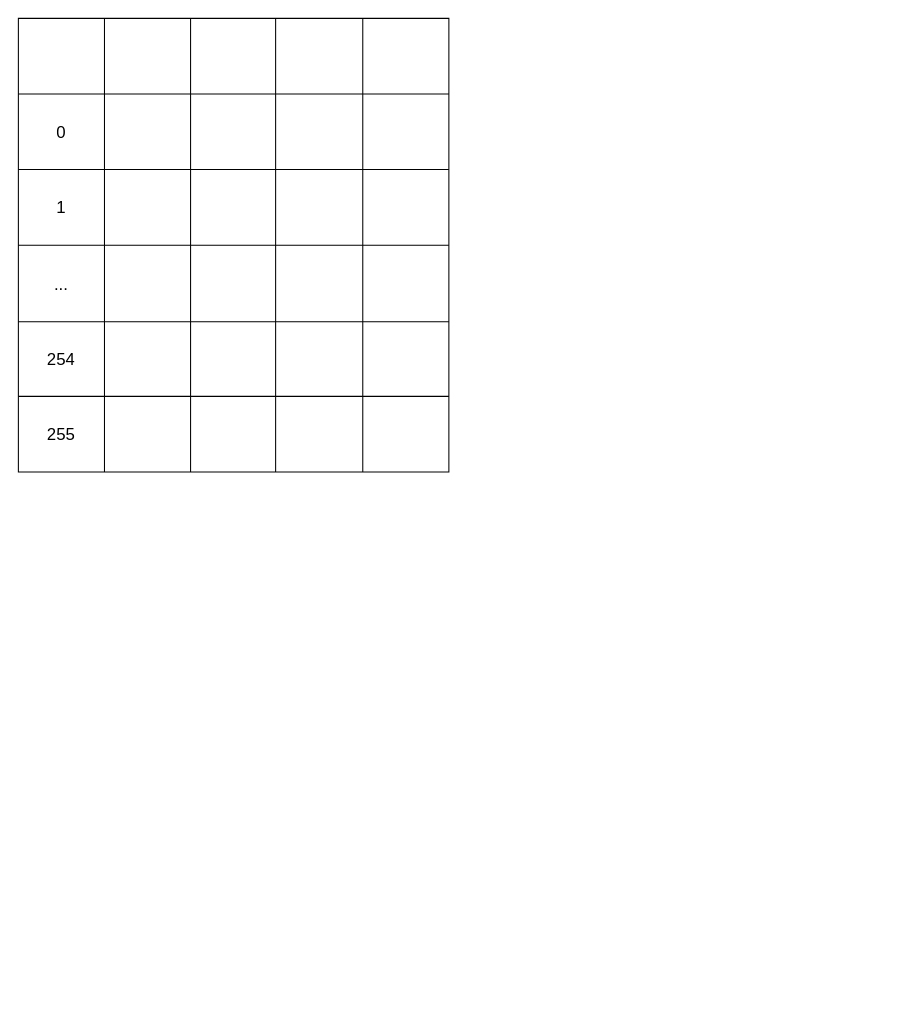
Earlier version of the draw.io diagram 未命名绘图.drawio (yeqiyi/drawIO). Source tidied: cells renumbered, new cells numbered last; positions are measured from the earlier drawing's top-left corner, leaving out a move shared by most shapes. Both pictures are drawn from the tidied source at 105%, with x=0, y=0 at pixel (18, 18).
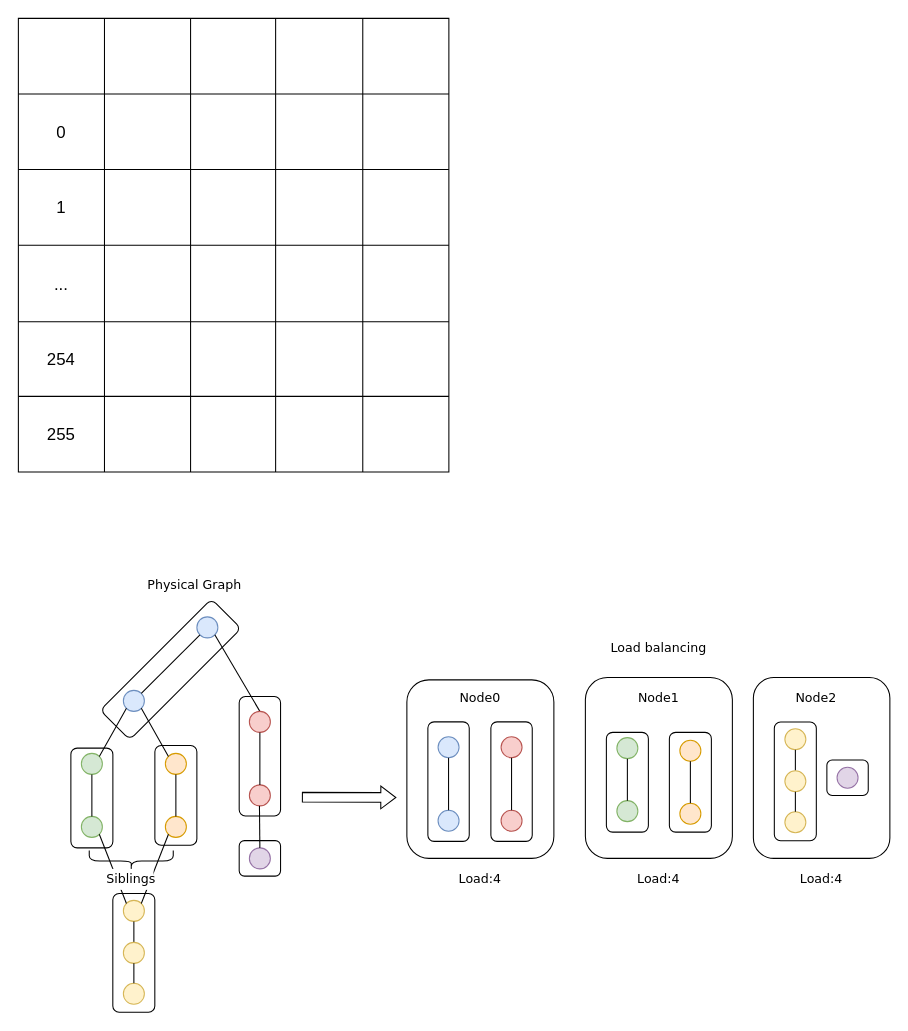
After the change.

Commit message:
更新未命名绘图.drawio

The edit, as a diff of the source:
```diff
@@
+    <mxCell id="39" value="&lt;font face=&quot;Verdana&quot;&gt;Physical Graph&lt;/font&gt;" style="text;html=1;align=center;verticalAlign=middle;whiteSpace=wrap;rounded=0;fillColor=default;" parent="1" vertex="1">
+      <mxGeometry x="97.5" y="530" width="140" height="20" as="geometry" />
+    </mxCell>
+    <mxCell id="40" style="rounded=1;whiteSpace=wrap;html=1;" parent="1" vertex="1">
+      <mxGeometry x="370" y="630" width="140" height="170" as="geometry" />
+    </mxCell>
+    <mxCell id="41" value="&lt;font face=&quot;Verdana&quot;&gt;Node0&lt;/font&gt;" style="text;html=1;align=center;verticalAlign=middle;whiteSpace=wrap;rounded=0;fillColor=default;" parent="1" vertex="1">
+      <mxGeometry x="405" y="637.8" width="70" height="20" as="geometry" />
+    </mxCell>
+    <mxCell id="42" value="&lt;font face=&quot;Verdana&quot;&gt;Load:4&lt;/font&gt;" style="text;html=1;align=center;verticalAlign=middle;whiteSpace=wrap;rounded=0;fillColor=default;" parent="1" vertex="1">
+      <mxGeometry x="405" y="810" width="70" height="20" as="geometry" />
+    </mxCell>
+    <mxCell id="43" style="rounded=1;whiteSpace=wrap;html=1;" parent="1" vertex="1">
+      <mxGeometry x="540" y="627.8" width="140" height="172.2" as="geometry" />
+    </mxCell>
+    <mxCell id="44" value="&lt;font face=&quot;Verdana&quot;&gt;Node1&lt;/font&gt;" style="text;html=1;align=center;verticalAlign=middle;whiteSpace=wrap;rounded=0;fillColor=default;" parent="1" vertex="1">
+      <mxGeometry x="575" y="637.8" width="70" height="20" as="geometry" />
+    </mxCell>
+    <mxCell id="45" value="&lt;font face=&quot;Verdana&quot;&gt;Load:4&lt;/font&gt;" style="text;html=1;align=center;verticalAlign=middle;whiteSpace=wrap;rounded=0;fillColor=default;" parent="1" vertex="1">
+      <mxGeometry x="575" y="810" width="70" height="20" as="geometry" />
+    </mxCell>
+    <mxCell id="46" style="rounded=1;whiteSpace=wrap;html=1;" parent="1" vertex="1">
+      <mxGeometry x="700" y="627.8" width="130" height="172.2" as="geometry" />
+    </mxCell>
+    <mxCell id="47" value="&lt;font face=&quot;Verdana&quot;&gt;Node2&lt;/font&gt;" style="text;html=1;align=center;verticalAlign=middle;whiteSpace=wrap;rounded=0;fillColor=default;" parent="1" vertex="1">
+      <mxGeometry x="725" y="637.8" width="70" height="20" as="geometry" />
+    </mxCell>
+    <mxCell id="48" value="&lt;font face=&quot;Verdana&quot;&gt;Load:4&lt;/font&gt;" style="text;html=1;align=center;verticalAlign=middle;whiteSpace=wrap;rounded=0;fillColor=default;" parent="1" vertex="1">
+      <mxGeometry x="730" y="810" width="70" height="20" as="geometry" />
+    </mxCell>
+    <mxCell id="49" style="group;" parent="1" vertex="1">
+      <mxGeometry x="720" y="670" width="40" height="113.1" as="geometry" />
+    </mxCell>
+    <mxCell id="50" style="rounded=1;whiteSpace=wrap;html=1;fillColor=none;rotation=90;" parent="49" vertex="1">
+      <mxGeometry x="-36.6" y="36.6" width="113.1" height="40" as="geometry" />
+    </mxCell>
+    <mxCell id="51" style="ellipse;whiteSpace=wrap;html=1;fillColor=#fff2cc;strokeColor=#d6b656;" parent="49" vertex="1">
+      <mxGeometry x="10" y="6.6" width="20" height="20" as="geometry" />
+    </mxCell>
+    <mxCell id="52" style="endArrow=none;html=1;rounded=0;entryX=0.5;entryY=1;entryDx=0;entryDy=0;" parent="49" edge="1" source="55" target="51">
+      <mxGeometry relative="1" as="geometry" />
+    </mxCell>
+    <mxCell id="53" style="ellipse;whiteSpace=wrap;html=1;fillColor=#fff2cc;strokeColor=#d6b656;" parent="49" vertex="1">
+      <mxGeometry x="10" y="85.6" width="20" height="20" as="geometry" />
+    </mxCell>
+    <mxCell id="54" style="endArrow=none;html=1;rounded=0;entryX=0.5;entryY=1;entryDx=0;entryDy=0;" parent="49" edge="1" target="55">
+      <mxGeometry relative="1" as="geometry">
+        <mxPoint x="20" y="56.6" as="sourcePoint" />
+      </mxGeometry>
+    </mxCell>
+    <mxCell id="55" style="ellipse;whiteSpace=wrap;html=1;fillColor=#fff2cc;strokeColor=#d6b656;" parent="49" vertex="1">
+      <mxGeometry x="10" y="46.6" width="20" height="20" as="geometry" />
+    </mxCell>
+    <mxCell id="56" style="endArrow=none;html=1;rounded=0;entryX=0.5;entryY=1;entryDx=0;entryDy=0;exitX=0.5;exitY=0;exitDx=0;exitDy=0;" parent="49" edge="1" source="53" target="55">
+      <mxGeometry relative="1" as="geometry" />
+    </mxCell>
+    <mxCell id="57" style="group;" parent="1" vertex="1">
+      <mxGeometry x="770" y="706.3" width="39.4" height="33.8" as="geometry" />
+    </mxCell>
+    <mxCell id="58" style="rounded=1;whiteSpace=wrap;html=1;fillColor=none;rotation=90;" parent="57" vertex="1">
+      <mxGeometry x="2.8" y="-2.8" width="33.8" height="39.4" as="geometry" />
+    </mxCell>
+    <mxCell id="59" style="ellipse;whiteSpace=wrap;html=1;fillColor=#e1d5e7;strokeColor=#9673a6;" parent="57" vertex="1">
+      <mxGeometry x="9.7" y="6.9" width="20" height="20" as="geometry" />
+    </mxCell>
+    <mxCell id="60" style="group;" parent="1" vertex="1">
+      <mxGeometry x="560" y="680" width="40" height="95" as="geometry" />
+    </mxCell>
+    <mxCell id="61" style="rounded=1;whiteSpace=wrap;html=1;fillColor=none;rotation=90;" parent="60" vertex="1">
+      <mxGeometry x="-27.5" y="27.5" width="95" height="40" as="geometry" />
+    </mxCell>
+    <mxCell id="62" style="ellipse;whiteSpace=wrap;html=1;fillColor=#d5e8d4;strokeColor=#82b366;" parent="60" vertex="1">
+      <mxGeometry x="10" y="5" width="20" height="20" as="geometry" />
+    </mxCell>
+    <mxCell id="63" style="ellipse;whiteSpace=wrap;html=1;fillColor=#d5e8d4;strokeColor=#82b366;" parent="60" vertex="1">
+      <mxGeometry x="10" y="65" width="20" height="20" as="geometry" />
+    </mxCell>
+    <mxCell id="64" style="endArrow=none;html=1;rounded=0;exitX=0.5;exitY=0;exitDx=0;exitDy=0;entryX=0.5;entryY=1;entryDx=0;entryDy=0;" parent="60" edge="1" source="63" target="62">
+      <mxGeometry relative="1" as="geometry" />
+    </mxCell>
+    <mxCell id="65" style="group;" parent="1" vertex="1">
+      <mxGeometry x="620" y="680" width="40" height="95" as="geometry" />
+    </mxCell>
+    <mxCell id="66" style="rounded=1;whiteSpace=wrap;html=1;fillColor=none;rotation=90;" parent="65" vertex="1">
+      <mxGeometry x="-27.5" y="27.5" width="95" height="40" as="geometry" />
+    </mxCell>
+    <mxCell id="67" style="ellipse;whiteSpace=wrap;html=1;fillColor=#ffe6cc;strokeColor=#d79b00;" parent="65" vertex="1">
+      <mxGeometry x="10" y="7.5" width="20" height="20" as="geometry" />
+    </mxCell>
+    <mxCell id="68" style="ellipse;whiteSpace=wrap;html=1;fillColor=#ffe6cc;strokeColor=#d79b00;" parent="65" vertex="1">
+      <mxGeometry x="10" y="67.5" width="20" height="20" as="geometry" />
+    </mxCell>
+    <mxCell id="69" style="endArrow=none;html=1;rounded=0;exitX=0.5;exitY=0;exitDx=0;exitDy=0;entryX=0.5;entryY=1;entryDx=0;entryDy=0;" parent="65" edge="1" source="68" target="67">
+      <mxGeometry relative="1" as="geometry" />
+    </mxCell>
+    <mxCell id="70" style="group;" parent="1" vertex="1">
+      <mxGeometry x="450" y="670" width="39.4" height="113.8" as="geometry" />
+    </mxCell>
+    <mxCell id="71" style="ellipse;whiteSpace=wrap;html=1;fillColor=#f8cecc;strokeColor=#b85450;" parent="70" vertex="1">
+      <mxGeometry x="9.7" y="14.1" width="20" height="20" as="geometry" />
+    </mxCell>
+    <mxCell id="72" style="ellipse;whiteSpace=wrap;html=1;fillColor=#f8cecc;strokeColor=#b85450;" parent="70" vertex="1">
+      <mxGeometry x="9.7" y="84.1" width="20" height="20" as="geometry" />
+    </mxCell>
+    <mxCell id="73" style="endArrow=none;html=1;rounded=0;exitX=0.5;exitY=0;exitDx=0;exitDy=0;" parent="70" edge="1" source="72">
+      <mxGeometry relative="1" as="geometry">
+        <mxPoint x="19.7" y="34.1" as="targetPoint" />
+      </mxGeometry>
+    </mxCell>
+    <mxCell id="74" style="rounded=1;whiteSpace=wrap;html=1;fillColor=none;rotation=90;" parent="70" vertex="1">
+      <mxGeometry x="-37.2" y="37.2" width="113.8" height="39.4" as="geometry" />
+    </mxCell>
+    <mxCell id="75" style="group;" parent="1" vertex="1">
+      <mxGeometry x="390" y="670" width="39.4" height="113.8" as="geometry" />
+    </mxCell>
+    <mxCell id="76" style="rounded=1;whiteSpace=wrap;html=1;fillColor=none;rotation=90;" parent="75" vertex="1">
+      <mxGeometry x="-37.2" y="37.2" width="113.8" height="39.4" as="geometry" />
+    </mxCell>
+    <mxCell id="77" style="ellipse;whiteSpace=wrap;html=1;fillColor=#dae8fc;strokeColor=#6c8ebf;" parent="75" vertex="1">
+      <mxGeometry x="9.7" y="14.1" width="20" height="20" as="geometry" />
+    </mxCell>
+    <mxCell id="78" style="ellipse;whiteSpace=wrap;html=1;fillColor=#dae8fc;strokeColor=#6c8ebf;" parent="75" vertex="1">
+      <mxGeometry x="9.7" y="84.1" width="20" height="20" as="geometry" />
+    </mxCell>
+    <mxCell id="79" style="endArrow=none;html=1;rounded=0;exitX=0.5;exitY=0;exitDx=0;exitDy=0;" parent="75" edge="1" source="78">
+      <mxGeometry relative="1" as="geometry">
+        <mxPoint x="19.7" y="34.1" as="targetPoint" />
+      </mxGeometry>
+    </mxCell>
+    <mxCell id="80" style="shape=flexArrow;endArrow=classic;html=1;rounded=0;width=9.166666666666668;endSize=4.441666666666667;endWidth=11.527777777777777;" parent="1" edge="1">
+      <mxGeometry relative="1" as="geometry">
+        <mxPoint x="270" y="741.7" as="sourcePoint" />
+        <mxPoint x="360" y="742" as="targetPoint" />
+      </mxGeometry>
+    </mxCell>
+    <mxCell id="81" style="group;" parent="1" vertex="1">
+      <mxGeometry x="50" y="552.8" width="199.7" height="393.7" as="geometry" />
+    </mxCell>
+    <mxCell id="82" style="rounded=1;whiteSpace=wrap;html=1;fillColor=none;rotation=90;" parent="81" vertex="1">
+      <mxGeometry x="52.5" y="167.2" width="95" height="40" as="geometry" />
+    </mxCell>
+    <mxCell id="83" style="rounded=1;whiteSpace=wrap;html=1;fillColor=none;rotation=90;" parent="81" vertex="1">
+      <mxGeometry x="-27.5" y="169.7" width="95" height="40" as="geometry" />
+    </mxCell>
+    <mxCell id="84" style="rounded=1;whiteSpace=wrap;html=1;fillColor=none;rotation=90;" parent="81" vertex="1">
+      <mxGeometry x="163.1" y="227.5" width="33.8" height="39.4" as="geometry" />
+    </mxCell>
+    <mxCell id="85" style="rounded=1;whiteSpace=wrap;html=1;fillColor=none;rotation=90;" parent="81" vertex="1">
+      <mxGeometry x="3.4" y="317.2" width="113.1" height="40" as="geometry" />
+    </mxCell>
+    <mxCell id="86" style="ellipse;whiteSpace=wrap;html=1;fillColor=#dae8fc;strokeColor=#6c8ebf;" parent="81" vertex="1">
+      <mxGeometry x="120" y="17.2" width="20" height="20" as="geometry" />
+    </mxCell>
+    <mxCell id="87" style="ellipse;whiteSpace=wrap;html=1;fillColor=#dae8fc;strokeColor=#6c8ebf;" parent="81" vertex="1">
+      <mxGeometry x="50" y="87.2" width="20" height="20" as="geometry" />
+    </mxCell>
+    <mxCell id="88" style="ellipse;whiteSpace=wrap;html=1;fillColor=#d5e8d4;strokeColor=#82b366;" parent="81" vertex="1">
+      <mxGeometry x="10" y="147.2" width="20" height="20" as="geometry" />
+    </mxCell>
+    <mxCell id="89" style="ellipse;whiteSpace=wrap;html=1;fillColor=#d5e8d4;strokeColor=#82b366;" parent="81" vertex="1">
+      <mxGeometry x="10" y="207.2" width="20" height="20" as="geometry" />
+    </mxCell>
+    <mxCell id="90" style="ellipse;whiteSpace=wrap;html=1;fillColor=#ffe6cc;strokeColor=#d79b00;" parent="81" vertex="1">
+      <mxGeometry x="90" y="147.2" width="20" height="20" as="geometry" />
+    </mxCell>
+    <mxCell id="91" style="ellipse;whiteSpace=wrap;html=1;fillColor=#ffe6cc;strokeColor=#d79b00;" parent="81" vertex="1">
+      <mxGeometry x="90" y="207.2" width="20" height="20" as="geometry" />
+    </mxCell>
+    <mxCell id="92" style="endArrow=none;html=1;rounded=0;exitX=1;exitY=0;exitDx=0;exitDy=0;entryX=0;entryY=1;entryDx=0;entryDy=0;" parent="81" edge="1" source="87" target="86">
+      <mxGeometry relative="1" as="geometry" />
+    </mxCell>
+    <mxCell id="93" style="endArrow=none;html=1;rounded=0;exitX=1;exitY=0;exitDx=0;exitDy=0;entryX=0;entryY=1;entryDx=0;entryDy=0;" parent="81" edge="1" source="88" target="87">
+      <mxGeometry relative="1" as="geometry" />
+    </mxCell>
+    <mxCell id="94" style="endArrow=none;html=1;rounded=0;exitX=0;exitY=0;exitDx=0;exitDy=0;entryX=1;entryY=1;entryDx=0;entryDy=0;" parent="81" edge="1" source="90" target="87">
+      <mxGeometry relative="1" as="geometry" />
+    </mxCell>
+    <mxCell id="95" style="endArrow=none;html=1;rounded=0;exitX=0.5;exitY=0;exitDx=0;exitDy=0;entryX=0.5;entryY=1;entryDx=0;entryDy=0;" parent="81" edge="1" source="89" target="88">
+      <mxGeometry relative="1" as="geometry" />
+    </mxCell>
+    <mxCell id="96" style="endArrow=none;html=1;rounded=0;exitX=0.5;exitY=0;exitDx=0;exitDy=0;entryX=0.5;entryY=1;entryDx=0;entryDy=0;" parent="81" edge="1" source="91" target="90">
+      <mxGeometry relative="1" as="geometry" />
+    </mxCell>
+    <mxCell id="97" style="endArrow=none;html=1;rounded=0;exitX=0.5;exitY=0;exitDx=0;exitDy=0;entryX=1;entryY=1;entryDx=0;entryDy=0;" parent="81" edge="1" source="98" target="86">
+      <mxGeometry relative="1" as="geometry" />
+    </mxCell>
+    <mxCell id="98" style="ellipse;whiteSpace=wrap;html=1;fillColor=#f8cecc;strokeColor=#b85450;" parent="81" vertex="1">
+      <mxGeometry x="170" y="107.2" width="20" height="20" as="geometry" />
+    </mxCell>
+    <mxCell id="99" style="ellipse;whiteSpace=wrap;html=1;fillColor=#f8cecc;strokeColor=#b85450;" parent="81" vertex="1">
+      <mxGeometry x="170" y="177.2" width="20" height="20" as="geometry" />
+    </mxCell>
+    <mxCell id="100" style="ellipse;whiteSpace=wrap;html=1;fillColor=#e1d5e7;strokeColor=#9673a6;" parent="81" vertex="1">
+      <mxGeometry x="170" y="237.2" width="20" height="20" as="geometry" />
+    </mxCell>
+    <mxCell id="101" style="endArrow=none;html=1;rounded=0;exitX=0.5;exitY=0;exitDx=0;exitDy=0;" parent="81" edge="1" source="99">
+      <mxGeometry relative="1" as="geometry">
+        <mxPoint x="180" y="127.2" as="targetPoint" />
+      </mxGeometry>
+    </mxCell>
+    <mxCell id="102" style="endArrow=none;html=1;rounded=0;" parent="81" edge="1">
+      <mxGeometry relative="1" as="geometry">
+        <mxPoint x="180" y="237.2" as="sourcePoint" />
+        <mxPoint x="179.6" y="197.2" as="targetPoint" />
+      </mxGeometry>
+    </mxCell>
+    <mxCell id="103" style="ellipse;whiteSpace=wrap;html=1;fillColor=#fff2cc;strokeColor=#d6b656;" parent="81" vertex="1">
+      <mxGeometry x="50" y="287.2" width="20" height="20" as="geometry" />
+    </mxCell>
+    <mxCell id="104" style="endArrow=none;html=1;rounded=0;entryX=1;entryY=1;entryDx=0;entryDy=0;exitX=0;exitY=0;exitDx=0;exitDy=0;" parent="81" edge="1" source="103" target="89">
+      <mxGeometry relative="1" as="geometry" />
+    </mxCell>
+    <mxCell id="105" style="endArrow=none;html=1;rounded=0;entryX=0;entryY=1;entryDx=0;entryDy=0;exitX=1;exitY=0;exitDx=0;exitDy=0;" parent="81" edge="1" source="103" target="91">
+      <mxGeometry relative="1" as="geometry" />
+    </mxCell>
+    <mxCell id="106" style="endArrow=none;html=1;rounded=0;entryX=0.5;entryY=1;entryDx=0;entryDy=0;" parent="81" edge="1" source="113" target="103">
+      <mxGeometry relative="1" as="geometry" />
+    </mxCell>
+    <mxCell id="107" style="shape=curlyBracket;whiteSpace=wrap;html=1;rounded=1;flipH=1;labelPosition=right;verticalLabelPosition=middle;align=left;verticalAlign=middle;rotation=90;" parent="81" vertex="1">
+      <mxGeometry x="47.5" y="209.7" width="20" height="80" as="geometry" />
+    </mxCell>
+    <mxCell id="108" value="&lt;font face=&quot;Verdana&quot;&gt;Siblings&lt;/font&gt;" style="text;html=1;align=center;verticalAlign=middle;whiteSpace=wrap;rounded=0;fillColor=default;" parent="81" vertex="1">
+      <mxGeometry x="36.2" y="257.2" width="42.5" height="20" as="geometry" />
+    </mxCell>
+    <mxCell id="109" style="rounded=1;whiteSpace=wrap;html=1;fillColor=none;rotation=-225;" parent="81" vertex="1">
+      <mxGeometry x="20" y="47.2" width="150" height="40" as="geometry" />
+    </mxCell>
+    <mxCell id="110" style="rounded=1;whiteSpace=wrap;html=1;fillColor=none;rotation=90;" parent="81" vertex="1">
+      <mxGeometry x="123.1" y="130.3" width="113.8" height="39.4" as="geometry" />
+    </mxCell>
+    <mxCell id="111" style="ellipse;whiteSpace=wrap;html=1;fillColor=#fff2cc;strokeColor=#d6b656;" parent="81" vertex="1">
+      <mxGeometry x="50" y="366.2" width="20" height="20" as="geometry" />
+    </mxCell>
+    <mxCell id="112" style="endArrow=none;html=1;rounded=0;entryX=0.5;entryY=1;entryDx=0;entryDy=0;" parent="81" edge="1" target="113">
+      <mxGeometry relative="1" as="geometry">
+        <mxPoint x="60" y="337.2" as="sourcePoint" />
+      </mxGeometry>
+    </mxCell>
+    <mxCell id="113" style="ellipse;whiteSpace=wrap;html=1;fillColor=#fff2cc;strokeColor=#d6b656;" parent="81" vertex="1">
+      <mxGeometry x="50" y="327.2" width="20" height="20" as="geometry" />
+    </mxCell>
+    <mxCell id="114" style="endArrow=none;html=1;rounded=0;entryX=0.5;entryY=1;entryDx=0;entryDy=0;exitX=0.5;exitY=0;exitDx=0;exitDy=0;" parent="81" edge="1" source="111" target="113">
+      <mxGeometry relative="1" as="geometry" />
+    </mxCell>
+    <mxCell id="115" value="&lt;font face=&quot;Verdana&quot;&gt;Load balancing&lt;/font&gt;" style="text;html=1;align=center;verticalAlign=middle;whiteSpace=wrap;rounded=0;fillColor=default;" parent="1" vertex="1">
+      <mxGeometry x="540" y="590" width="140" height="20" as="geometry" />
+    </mxCell>
```
